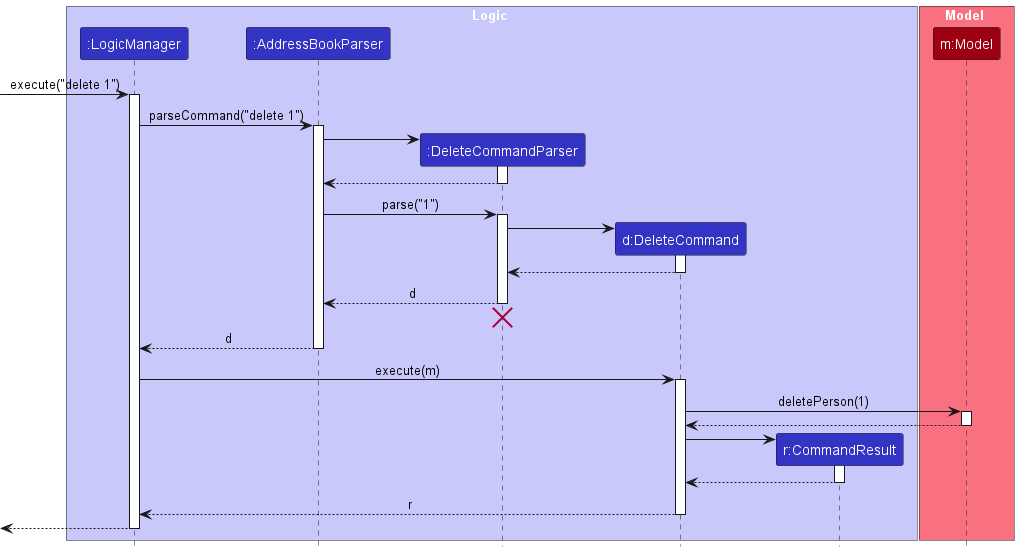
AY2627S1-CS2103T-W14-3/tp keeps this PlantUML diagram as images/DeleteSequenceDiagram.png. Above is the earlier version.
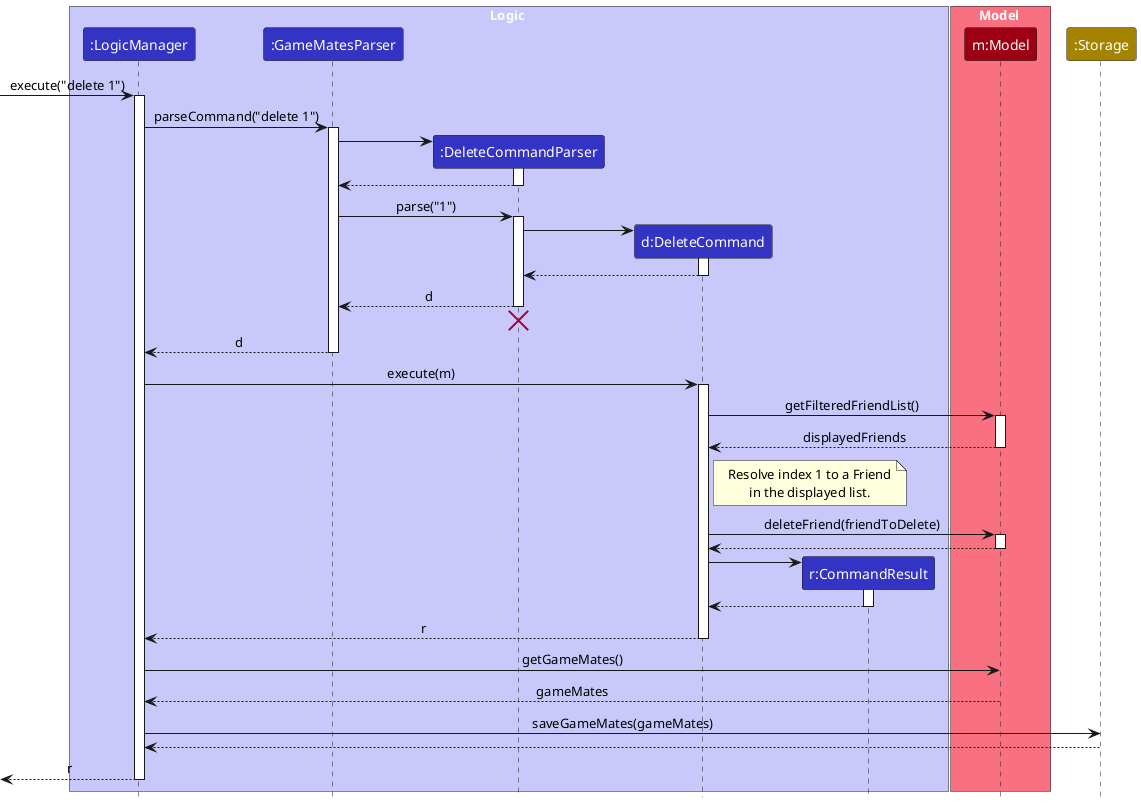
The same file after the commit.

Diff of the diagram source:
```diff
@@ -4,7 +4,7 @@
 
 box Logic LOGIC_COLOR_T1
 participant ":LogicManager" as LogicManager LOGIC_COLOR
-participant ":AddressBookParser" as AddressBookParser LOGIC_COLOR
+participant ":GameMatesParser" as GameMatesParser LOGIC_COLOR
 participant ":DeleteCommandParser" as DeleteCommandParser LOGIC_COLOR
 participant "d:DeleteCommand" as DeleteCommand LOGIC_COLOR
 participant "r:CommandResult" as CommandResult LOGIC_COLOR
@@ -14,20 +14,22 @@
 participant "m:Model" as Model MODEL_COLOR
 end box
 
+participant ":Storage" as Storage STORAGE_COLOR
+
 [-> LogicManager : execute("delete 1")
 activate LogicManager
 
-LogicManager -> AddressBookParser : parseCommand("delete 1")
-activate AddressBookParser
+LogicManager -> GameMatesParser : parseCommand("delete 1")
+activate GameMatesParser
 
 create DeleteCommandParser
-AddressBookParser -> DeleteCommandParser
+GameMatesParser -> DeleteCommandParser
 activate DeleteCommandParser
 
-DeleteCommandParser --> AddressBookParser
+DeleteCommandParser --> GameMatesParser
 deactivate DeleteCommandParser
 
-AddressBookParser -> DeleteCommandParser : parse("1")
+GameMatesParser -> DeleteCommandParser : parse("1")
 activate DeleteCommandParser
 
 create DeleteCommand
@@ -37,18 +39,24 @@
 DeleteCommand --> DeleteCommandParser :
 deactivate DeleteCommand
 
-DeleteCommandParser --> AddressBookParser : d
+DeleteCommandParser --> GameMatesParser : d
 deactivate DeleteCommandParser
-DeleteCommandParser -[hidden]-> AddressBookParser
+DeleteCommandParser -[hidden]-> GameMatesParser
 destroy DeleteCommandParser
 
-AddressBookParser --> LogicManager : d
-deactivate AddressBookParser
+GameMatesParser --> LogicManager : d
+deactivate GameMatesParser
 
 LogicManager -> DeleteCommand : execute(m)
 activate DeleteCommand
 
-DeleteCommand -> Model : deletePerson(1)
+DeleteCommand -> Model : getFilteredFriendList()
+activate Model
+Model --> DeleteCommand : displayedFriends
+deactivate Model
+note right of DeleteCommand: Resolve index 1 to a Friend\nin the displayed list.
+
+DeleteCommand -> Model : deleteFriend(friendToDelete)
 activate Model
 
 Model --> DeleteCommand
@@ -64,6 +72,11 @@
 DeleteCommand --> LogicManager : r
 deactivate DeleteCommand
 
-[<--LogicManager
+LogicManager -> Model : getGameMates()
+Model --> LogicManager : gameMates
+LogicManager -> Storage : saveGameMates(gameMates)
+Storage --> LogicManager
+
+[<--LogicManager : r
 deactivate LogicManager
 @enduml
```
